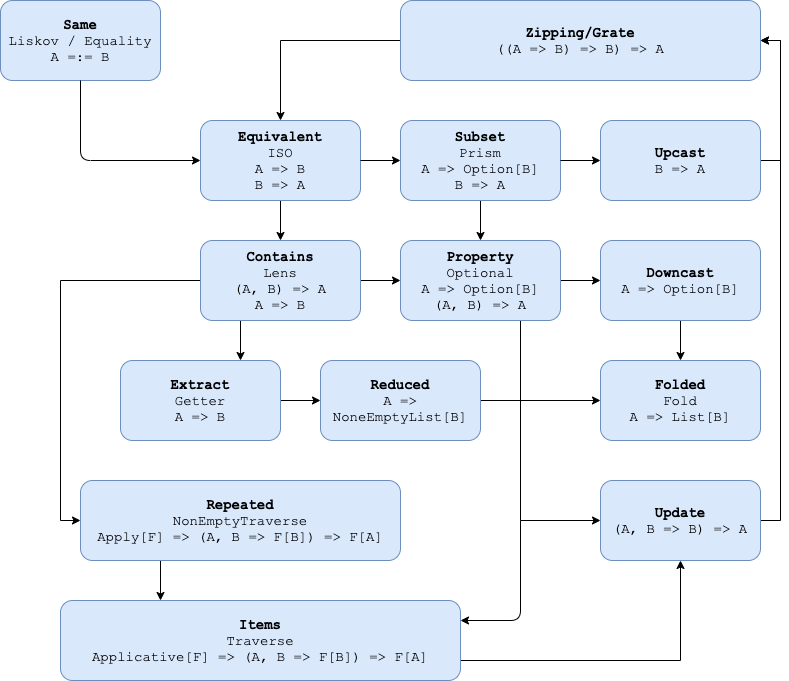
The draw.io diagram website/static/docs_img/optics-hierarchy.png in tofu-tf/tofu, before a commit. Source tidied: cells renumbered, new cells last; positions are measured from the earlier drawing's top-left corner, leaving out a move shared by most shapes. Source of this version:
```xml
<mxGraphModel>
  <root>
    <mxCell id="0" />
    <mxCell id="1" parent="0" />
    <mxCell id="2" value="&lt;b&gt;Same&lt;/b&gt;&lt;br style=&quot;font-size: 14px&quot;&gt;Liskov / Equality&lt;br style=&quot;font-size: 14px&quot;&gt;A =:= B" style="rounded=1;whiteSpace=wrap;html=1;fillColor=#dae8fc;strokeColor=#6c8ebf;fontFamily=Courier New;fontSize=14;" parent="1" vertex="1">
      <mxGeometry width="160" height="80" as="geometry" />
    </mxCell>
    <mxCell id="3" style="edgeStyle=orthogonalEdgeStyle;rounded=0;jettySize=auto;html=1;exitX=0.5;exitY=1;exitDx=0;exitDy=0;entryX=0.5;entryY=0;entryDx=0;entryDy=0;fontFamily=Courier New;fontSize=14;" parent="1" edge="1" source="4" target="15">
      <mxGeometry relative="1" as="geometry" />
    </mxCell>
    <mxCell id="4" value="&lt;b&gt;Equivalent&lt;/b&gt;&lt;br style=&quot;font-size: 14px&quot;&gt;ISO&lt;br style=&quot;font-size: 14px&quot;&gt;A =&amp;gt; B&lt;br style=&quot;font-size: 14px&quot;&gt;B =&amp;gt; A" style="rounded=1;whiteSpace=wrap;html=1;fontFamily=Courier New;fontSize=14;fillColor=#dae8fc;strokeColor=#6c8ebf;" parent="1" vertex="1">
      <mxGeometry x="200" y="120" width="160" height="80" as="geometry" />
    </mxCell>
    <mxCell id="5" style="endArrow=classic;html=1;fontFamily=Courier New;fontSize=14;exitX=0.5;exitY=1;exitDx=0;exitDy=0;entryX=0;entryY=0.5;entryDx=0;entryDy=0;" parent="1" edge="1" source="2" target="4">
      <mxGeometry relative="1" as="geometry">
        <Array as="points">
          <mxPoint x="80" y="160" />
        </Array>
      </mxGeometry>
    </mxCell>
    <mxCell id="6" style="edgeStyle=orthogonalEdgeStyle;rounded=0;jettySize=auto;html=1;exitX=0.5;exitY=1;exitDx=0;exitDy=0;entryX=0.5;entryY=0;entryDx=0;entryDy=0;fontFamily=Courier New;fontSize=14;" parent="1" edge="1" source="7" target="18">
      <mxGeometry relative="1" as="geometry" />
    </mxCell>
    <mxCell id="7" value="&lt;b&gt;Subset&lt;/b&gt;&lt;br&gt;Prism&lt;br&gt;A =&amp;gt; Option[B]&lt;br&gt;B =&amp;gt; A" style="rounded=1;whiteSpace=wrap;html=1;fontFamily=Courier New;fontSize=14;fillColor=#dae8fc;strokeColor=#6c8ebf;" parent="1" vertex="1">
      <mxGeometry x="400" y="120" width="160" height="80" as="geometry" />
    </mxCell>
    <mxCell id="8" style="edgeStyle=orthogonalEdgeStyle;rounded=0;jettySize=auto;html=1;exitX=1;exitY=0.5;exitDx=0;exitDy=0;entryX=1;entryY=0.5;entryDx=0;entryDy=0;" parent="1" edge="1" source="9" target="34">
      <mxGeometry relative="1" as="geometry" />
    </mxCell>
    <mxCell id="9" value="&lt;b&gt;Upcast&lt;br&gt;&lt;/b&gt;B =&amp;gt; A" style="rounded=1;whiteSpace=wrap;html=1;fontFamily=Courier New;fontSize=14;fillColor=#dae8fc;strokeColor=#6c8ebf;" parent="1" vertex="1">
      <mxGeometry x="600" y="120" width="160" height="80" as="geometry" />
    </mxCell>
    <mxCell id="10" style="endArrow=classic;html=1;fontFamily=Courier New;fontSize=14;exitX=1;exitY=0.5;exitDx=0;exitDy=0;entryX=0;entryY=0.5;entryDx=0;entryDy=0;" parent="1" edge="1" source="7" target="9">
      <mxGeometry relative="1" as="geometry" />
    </mxCell>
    <mxCell id="11" style="endArrow=classic;html=1;fontFamily=Courier New;fontSize=14;exitX=1;exitY=0.5;exitDx=0;exitDy=0;entryX=0;entryY=0.5;entryDx=0;entryDy=0;" parent="1" edge="1" source="4" target="7">
      <mxGeometry relative="1" as="geometry" />
    </mxCell>
    <mxCell id="12" style="edgeStyle=orthogonalEdgeStyle;rounded=0;jettySize=auto;html=1;exitX=1;exitY=0.5;exitDx=0;exitDy=0;entryX=0;entryY=0.5;entryDx=0;entryDy=0;fontFamily=Courier New;fontSize=14;" parent="1" edge="1" source="15" target="18">
      <mxGeometry relative="1" as="geometry" />
    </mxCell>
    <mxCell id="13" style="edgeStyle=orthogonalEdgeStyle;rounded=0;jettySize=auto;html=1;exitX=0.25;exitY=1;exitDx=0;exitDy=0;entryX=0.75;entryY=0;entryDx=0;entryDy=0;fontFamily=Courier New;fontSize=14;" parent="1" edge="1" source="15" target="22">
      <mxGeometry relative="1" as="geometry" />
    </mxCell>
    <mxCell id="14" style="edgeStyle=orthogonalEdgeStyle;rounded=0;jettySize=auto;html=1;exitX=0;exitY=0.5;exitDx=0;exitDy=0;entryX=0;entryY=0.5;entryDx=0;entryDy=0;fontFamily=Courier New;fontSize=14;" parent="1" edge="1" source="15" target="20">
      <mxGeometry relative="1" as="geometry" />
    </mxCell>
    <mxCell id="15" value="&lt;b&gt;Contains&lt;/b&gt;&lt;br&gt;Lens&lt;br&gt;(A, B) =&amp;gt; A&lt;br&gt;A =&amp;gt; B" style="rounded=1;whiteSpace=wrap;html=1;fontFamily=Courier New;fontSize=14;fillColor=#dae8fc;strokeColor=#6c8ebf;" parent="1" vertex="1">
      <mxGeometry x="200" y="240" width="160" height="80" as="geometry" />
    </mxCell>
    <mxCell id="16" style="edgeStyle=orthogonalEdgeStyle;rounded=0;jettySize=auto;html=1;exitX=1;exitY=0.5;exitDx=0;exitDy=0;entryX=0;entryY=0.5;entryDx=0;entryDy=0;fontFamily=Courier New;fontSize=14;" parent="1" edge="1" source="18" target="24">
      <mxGeometry relative="1" as="geometry" />
    </mxCell>
    <mxCell id="17" style="edgeStyle=orthogonalEdgeStyle;rounded=0;jettySize=auto;html=1;exitX=0.75;exitY=1;exitDx=0;exitDy=0;entryX=0;entryY=0.5;entryDx=0;entryDy=0;fontFamily=Courier New;fontSize=14;" parent="1" edge="1" source="18" target="31">
      <mxGeometry relative="1" as="geometry" />
    </mxCell>
    <mxCell id="18" value="&lt;b&gt;Property&lt;/b&gt;&lt;br&gt;Optional&lt;br&gt;A =&amp;gt; Option[B]&lt;br&gt;(A, B) =&amp;gt; A" style="rounded=1;whiteSpace=wrap;html=1;fontFamily=Courier New;fontSize=14;fillColor=#dae8fc;strokeColor=#6c8ebf;" parent="1" vertex="1">
      <mxGeometry x="400" y="240" width="160" height="80" as="geometry" />
    </mxCell>
    <mxCell id="19" style="edgeStyle=orthogonalEdgeStyle;rounded=0;jettySize=auto;html=1;exitX=0.25;exitY=1;exitDx=0;exitDy=0;entryX=0.25;entryY=0;entryDx=0;entryDy=0;fontFamily=Courier New;fontSize=14;" parent="1" edge="1" source="20" target="29">
      <mxGeometry relative="1" as="geometry" />
    </mxCell>
    <mxCell id="20" value="&lt;b&gt;Repeated&lt;/b&gt;&lt;br&gt;NonEmptyTraverse&lt;br&gt;Apply[F] =&amp;gt; (A, B =&amp;gt; F[B]) =&amp;gt; F[A]" style="rounded=1;whiteSpace=wrap;html=1;fontFamily=Courier New;fontSize=14;fillColor=#dae8fc;strokeColor=#6c8ebf;" parent="1" vertex="1">
      <mxGeometry x="80" y="480" width="320" height="80" as="geometry" />
    </mxCell>
    <mxCell id="21" style="edgeStyle=orthogonalEdgeStyle;rounded=0;jettySize=auto;html=1;exitX=1;exitY=0.5;exitDx=0;exitDy=0;entryX=0;entryY=0.5;entryDx=0;entryDy=0;fontFamily=Courier New;fontSize=14;" parent="1" edge="1" source="22" target="26">
      <mxGeometry relative="1" as="geometry" />
    </mxCell>
    <mxCell id="22" value="&lt;b&gt;Extract&lt;/b&gt;&lt;br&gt;Getter&lt;br&gt;A =&amp;gt; B" style="rounded=1;whiteSpace=wrap;html=1;fontFamily=Courier New;fontSize=14;fillColor=#dae8fc;strokeColor=#6c8ebf;" parent="1" vertex="1">
      <mxGeometry x="120" y="360" width="160" height="80" as="geometry" />
    </mxCell>
    <mxCell id="23" style="edgeStyle=orthogonalEdgeStyle;rounded=0;jettySize=auto;html=1;exitX=0.5;exitY=1;exitDx=0;exitDy=0;entryX=0.5;entryY=0;entryDx=0;entryDy=0;fontFamily=Courier New;fontSize=14;" parent="1" edge="1" source="24" target="27">
      <mxGeometry relative="1" as="geometry" />
    </mxCell>
    <mxCell id="24" value="&lt;b&gt;Downcast&lt;br&gt;&lt;/b&gt;A =&amp;gt; Option[B]" style="rounded=1;whiteSpace=wrap;html=1;fontFamily=Courier New;fontSize=14;fillColor=#dae8fc;strokeColor=#6c8ebf;" parent="1" vertex="1">
      <mxGeometry x="600" y="240" width="160" height="80" as="geometry" />
    </mxCell>
    <mxCell id="25" style="edgeStyle=orthogonalEdgeStyle;rounded=0;jettySize=auto;html=1;exitX=1;exitY=0.5;exitDx=0;exitDy=0;entryX=0;entryY=0.5;entryDx=0;entryDy=0;fontFamily=Courier New;fontSize=14;" parent="1" edge="1" source="26" target="27">
      <mxGeometry relative="1" as="geometry" />
    </mxCell>
    <mxCell id="26" value="&lt;b&gt;Reduced&lt;/b&gt;&lt;br&gt;A =&amp;gt; NoneEmptyList[B]" style="rounded=1;whiteSpace=wrap;html=1;fontFamily=Courier New;fontSize=14;fillColor=#dae8fc;strokeColor=#6c8ebf;" parent="1" vertex="1">
      <mxGeometry x="320" y="360" width="160" height="80" as="geometry" />
    </mxCell>
    <mxCell id="27" value="&lt;b&gt;Folded&lt;/b&gt;&lt;br&gt;Fold&lt;br&gt;A =&amp;gt; List[B]" style="rounded=1;whiteSpace=wrap;html=1;fontFamily=Courier New;fontSize=14;fillColor=#dae8fc;strokeColor=#6c8ebf;" parent="1" vertex="1">
      <mxGeometry x="600" y="360" width="160" height="80" as="geometry" />
    </mxCell>
    <mxCell id="28" style="edgeStyle=orthogonalEdgeStyle;rounded=0;jettySize=auto;html=1;exitX=1;exitY=0.75;exitDx=0;exitDy=0;entryX=0.5;entryY=1;entryDx=0;entryDy=0;fontFamily=Courier New;fontSize=14;" parent="1" edge="1" source="29" target="31">
      <mxGeometry relative="1" as="geometry" />
    </mxCell>
    <mxCell id="29" value="&lt;b&gt;Items&lt;/b&gt;&lt;br&gt;Traverse&lt;br&gt;Applicative[F] =&amp;gt; (A, B =&amp;gt; F[B]) =&amp;gt; F[A]" style="rounded=1;whiteSpace=wrap;html=1;fontFamily=Courier New;fontSize=14;fillColor=#dae8fc;strokeColor=#6c8ebf;" parent="1" vertex="1">
      <mxGeometry x="60" y="600" width="400" height="80" as="geometry" />
    </mxCell>
    <mxCell id="30" style="edgeStyle=orthogonalEdgeStyle;rounded=0;jettySize=auto;html=1;exitX=1;exitY=0.5;exitDx=0;exitDy=0;entryX=1;entryY=0.5;entryDx=0;entryDy=0;" parent="1" edge="1" source="31" target="34">
      <mxGeometry relative="1" as="geometry" />
    </mxCell>
    <mxCell id="31" value="&lt;b&gt;Update&lt;/b&gt;&lt;br&gt;(A, B =&amp;gt; B) =&amp;gt; A" style="rounded=1;whiteSpace=wrap;html=1;fontFamily=Courier New;fontSize=14;fillColor=#dae8fc;strokeColor=#6c8ebf;" parent="1" vertex="1">
      <mxGeometry x="600" y="480" width="160" height="80" as="geometry" />
    </mxCell>
    <mxCell id="32" style="endArrow=classic;html=1;fontFamily=Courier New;fontSize=14;entryX=1;entryY=0.25;entryDx=0;entryDy=0;" parent="1" edge="1" target="29">
      <mxGeometry relative="1" as="geometry">
        <mxPoint x="520" y="520" as="sourcePoint" />
        <Array as="points">
          <mxPoint x="520" y="620" />
        </Array>
      </mxGeometry>
    </mxCell>
    <mxCell id="33" style="edgeStyle=orthogonalEdgeStyle;rounded=0;jettySize=auto;html=1;exitX=0;exitY=0.5;exitDx=0;exitDy=0;entryX=0.5;entryY=0;entryDx=0;entryDy=0;" parent="1" edge="1" source="34" target="4">
      <mxGeometry relative="1" as="geometry" />
    </mxCell>
    <mxCell id="34" value="&lt;font style=&quot;font-size: 14px&quot; face=&quot;Courier New&quot;&gt;&lt;b&gt;Zipping/Grate&lt;/b&gt;&lt;br&gt;((A =&amp;gt; B) =&amp;gt; B) =&amp;gt; A&lt;br&gt;&lt;/font&gt;" style="rounded=1;whiteSpace=wrap;html=1;fillColor=#dae8fc;strokeColor=#6c8ebf;" parent="1" vertex="1">
      <mxGeometry x="400" width="360" height="80" as="geometry" />
    </mxCell>
  </root>
</mxGraphModel>
```
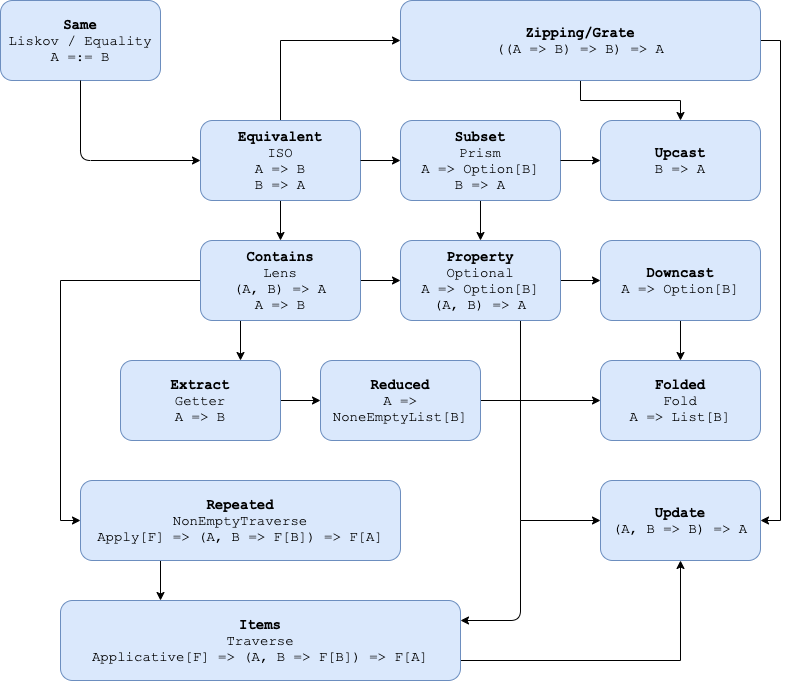
Above is the later version.

Commit message:
Add zipping/grate and drawio file with hierarchy

The edit, as a diff of the source:
```diff
@@ -8,6 +8,9 @@
     <mxCell id="3" style="edgeStyle=orthogonalEdgeStyle;rounded=0;jettySize=auto;html=1;exitX=0.5;exitY=1;exitDx=0;exitDy=0;entryX=0.5;entryY=0;entryDx=0;entryDy=0;fontFamily=Courier New;fontSize=14;" parent="1" edge="1" source="4" target="15">
       <mxGeometry relative="1" as="geometry" />
     </mxCell>
+    <mxCell id="35" style="edgeStyle=orthogonalEdgeStyle;rounded=0;jettySize=auto;html=1;exitX=0.5;exitY=0;exitDx=0;exitDy=0;entryX=0;entryY=0.5;entryDx=0;entryDy=0;" parent="1" edge="1" source="4" target="34">
+      <mxGeometry relative="1" as="geometry" />
+    </mxCell>
     <mxCell id="4" value="&lt;b&gt;Equivalent&lt;/b&gt;&lt;br style=&quot;font-size: 14px&quot;&gt;ISO&lt;br style=&quot;font-size: 14px&quot;&gt;A =&amp;gt; B&lt;br style=&quot;font-size: 14px&quot;&gt;B =&amp;gt; A" style="rounded=1;whiteSpace=wrap;html=1;fontFamily=Courier New;fontSize=14;fillColor=#dae8fc;strokeColor=#6c8ebf;" parent="1" vertex="1">
       <mxGeometry x="200" y="120" width="160" height="80" as="geometry" />
     </mxCell>
@@ -24,9 +27,6 @@
     <mxCell id="7" value="&lt;b&gt;Subset&lt;/b&gt;&lt;br&gt;Prism&lt;br&gt;A =&amp;gt; Option[B]&lt;br&gt;B =&amp;gt; A" style="rounded=1;whiteSpace=wrap;html=1;fontFamily=Courier New;fontSize=14;fillColor=#dae8fc;strokeColor=#6c8ebf;" parent="1" vertex="1">
       <mxGeometry x="400" y="120" width="160" height="80" as="geometry" />
     </mxCell>
-    <mxCell id="8" style="edgeStyle=orthogonalEdgeStyle;rounded=0;jettySize=auto;html=1;exitX=1;exitY=0.5;exitDx=0;exitDy=0;entryX=1;entryY=0.5;entryDx=0;entryDy=0;" parent="1" edge="1" source="9" target="34">
-      <mxGeometry relative="1" as="geometry" />
-    </mxCell>
     <mxCell id="9" value="&lt;b&gt;Upcast&lt;br&gt;&lt;/b&gt;B =&amp;gt; A" style="rounded=1;whiteSpace=wrap;html=1;fontFamily=Courier New;fontSize=14;fillColor=#dae8fc;strokeColor=#6c8ebf;" parent="1" vertex="1">
       <mxGeometry x="600" y="120" width="160" height="80" as="geometry" />
     </mxCell>
@@ -90,9 +90,6 @@
     <mxCell id="29" value="&lt;b&gt;Items&lt;/b&gt;&lt;br&gt;Traverse&lt;br&gt;Applicative[F] =&amp;gt; (A, B =&amp;gt; F[B]) =&amp;gt; F[A]" style="rounded=1;whiteSpace=wrap;html=1;fontFamily=Courier New;fontSize=14;fillColor=#dae8fc;strokeColor=#6c8ebf;" parent="1" vertex="1">
       <mxGeometry x="60" y="600" width="400" height="80" as="geometry" />
     </mxCell>
-    <mxCell id="30" style="edgeStyle=orthogonalEdgeStyle;rounded=0;jettySize=auto;html=1;exitX=1;exitY=0.5;exitDx=0;exitDy=0;entryX=1;entryY=0.5;entryDx=0;entryDy=0;" parent="1" edge="1" source="31" target="34">
-      <mxGeometry relative="1" as="geometry" />
-    </mxCell>
     <mxCell id="31" value="&lt;b&gt;Update&lt;/b&gt;&lt;br&gt;(A, B =&amp;gt; B) =&amp;gt; A" style="rounded=1;whiteSpace=wrap;html=1;fontFamily=Courier New;fontSize=14;fillColor=#dae8fc;strokeColor=#6c8ebf;" parent="1" vertex="1">
       <mxGeometry x="600" y="480" width="160" height="80" as="geometry" />
     </mxCell>
@@ -104,9 +101,12 @@
         </Array>
       </mxGeometry>
     </mxCell>
-    <mxCell id="33" style="edgeStyle=orthogonalEdgeStyle;rounded=0;jettySize=auto;html=1;exitX=0;exitY=0.5;exitDx=0;exitDy=0;entryX=0.5;entryY=0;entryDx=0;entryDy=0;" parent="1" edge="1" source="34" target="4">
-      <mxGeometry relative="1" as="geometry" />
-    </mxCell>
+    <mxCell id="36" style="edgeStyle=orthogonalEdgeStyle;rounded=0;jettySize=auto;html=1;exitX=0.5;exitY=1;exitDx=0;exitDy=0;" parent="1" edge="1" source="34" target="9">
+      <mxGeometry relative="1" as="geometry" />
+    </mxCell>
+    <mxCell id="37" style="edgeStyle=orthogonalEdgeStyle;rounded=0;jettySize=auto;html=1;exitX=1;exitY=0.5;exitDx=0;exitDy=0;entryX=1;entryY=0.5;entryDx=0;entryDy=0;" parent="1" edge="1" source="34" target="31">
+      <mxGeometry relative="1" as="geometry" />
+    </mxCell>
     <mxCell id="34" value="&lt;font style=&quot;font-size: 14px&quot; face=&quot;Courier New&quot;&gt;&lt;b&gt;Zipping/Grate&lt;/b&gt;&lt;br&gt;((A =&amp;gt; B) =&amp;gt; B) =&amp;gt; A&lt;br&gt;&lt;/font&gt;" style="rounded=1;whiteSpace=wrap;html=1;fillColor=#dae8fc;strokeColor=#6c8ebf;" parent="1" vertex="1">
       <mxGeometry x="400" width="360" height="80" as="geometry" />
     </mxCell>
```
